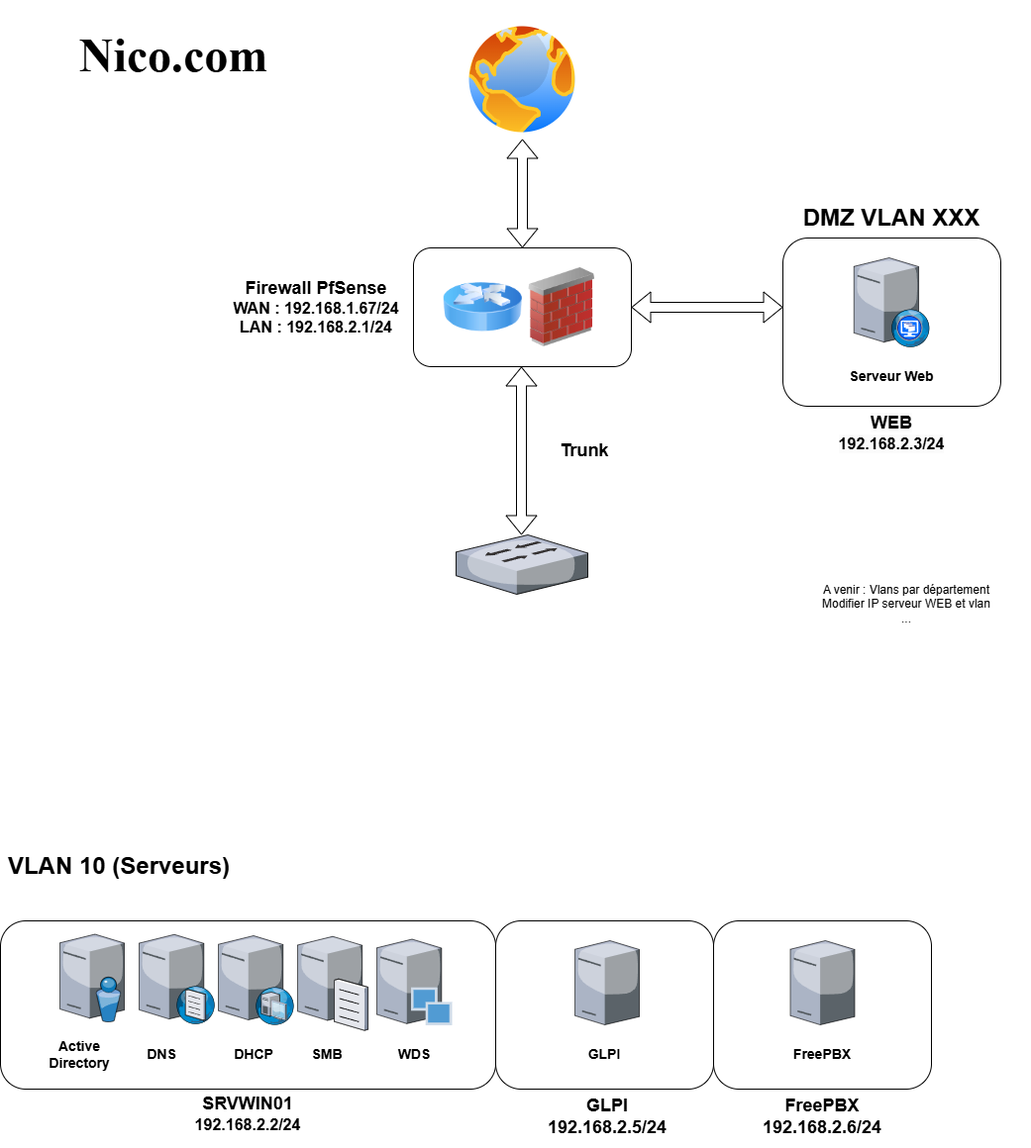
Above: Schéma Synoptique.png in Nicolas-M01/Nico.com (draw.io), before the change. Source tidied: cells renumbered, new cells last; positions are measured from the earlier drawing's top-left corner, leaving out a move shared by most shapes.
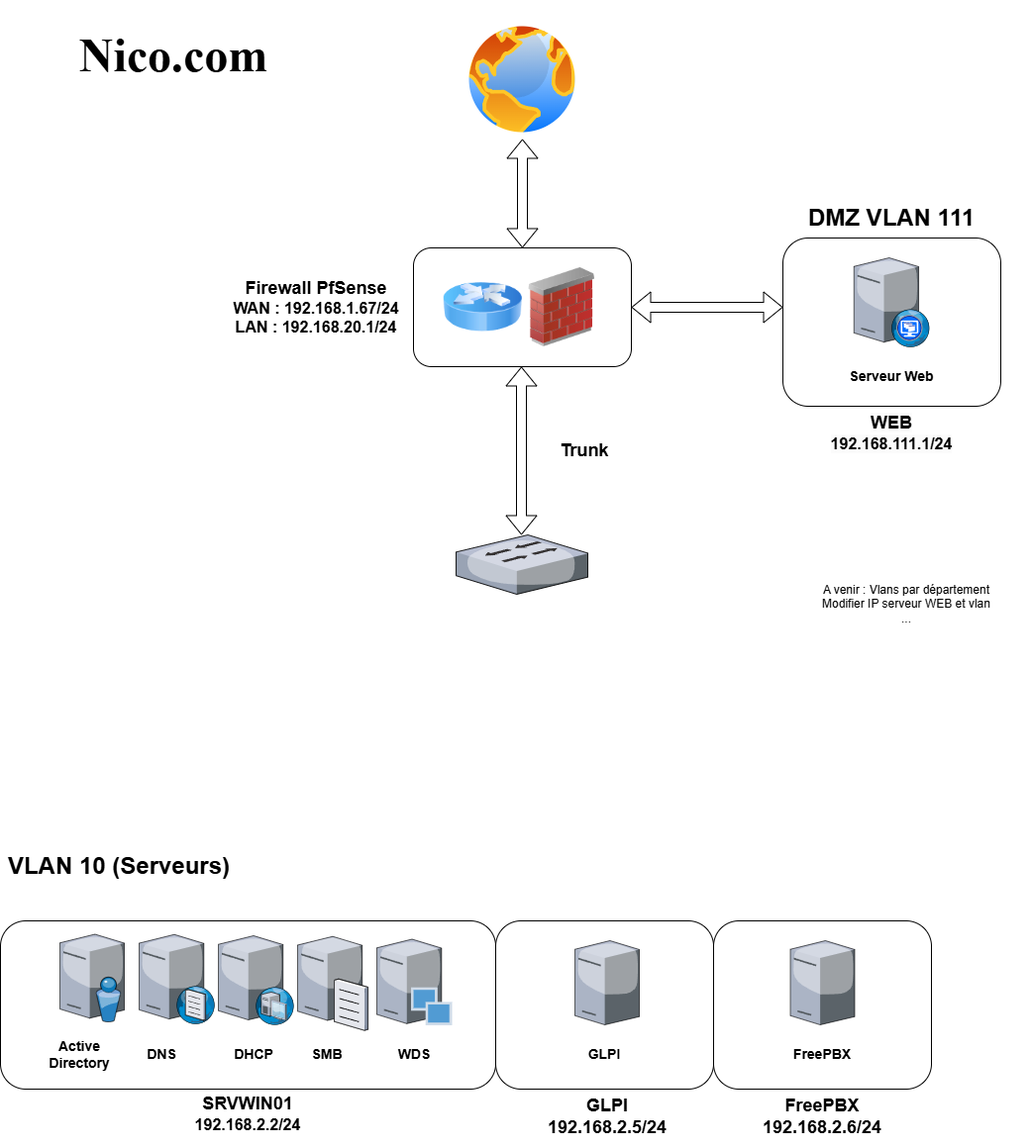
The same diagram one commit later.

Commit message:
Mettre à jour Schéma Synoptique.png

The edit, as a diff of the source:
```diff
@@ -49,7 +49,7 @@
     <mxCell id="15" value="A venir : Vlans par département&lt;div&gt;Modifier IP serveur WEB et vlan&lt;/div&gt;&lt;div&gt;...&lt;/div&gt;" style="text;html=1;align=center;verticalAlign=middle;whiteSpace=wrap;rounded=0;" parent="1" vertex="1">
       <mxGeometry x="790" y="585" width="250" height="50" as="geometry" />
     </mxCell>
-    <mxCell id="16" value="&lt;font face=&quot;Helvetica&quot; style=&quot;font-size: 18px;&quot;&gt;&lt;b style=&quot;&quot;&gt;Firewall PfSense&lt;/b&gt;&lt;/font&gt;&lt;div&gt;&lt;font face=&quot;Helvetica&quot; size=&quot;3&quot;&gt;&lt;b&gt;WAN : 192.168.1.67/24&lt;/b&gt;&lt;/font&gt;&lt;/div&gt;&lt;div&gt;&lt;font face=&quot;Helvetica&quot; size=&quot;3&quot;&gt;&lt;b style=&quot;&quot;&gt;LAN : 192.168.2.1/24&lt;/b&gt;&lt;/font&gt;&lt;/div&gt;" style="text;html=1;align=center;verticalAlign=middle;whiteSpace=wrap;rounded=0;" parent="1" vertex="1">
+    <mxCell id="16" value="&lt;font face=&quot;Helvetica&quot; style=&quot;font-size: 18px;&quot;&gt;&lt;b style=&quot;&quot;&gt;Firewall PfSense&lt;/b&gt;&lt;/font&gt;&lt;div&gt;&lt;font face=&quot;Helvetica&quot; size=&quot;3&quot;&gt;&lt;b&gt;WAN : 192.168.1.67/24&lt;/b&gt;&lt;/font&gt;&lt;/div&gt;&lt;div&gt;&lt;font face=&quot;Helvetica&quot; size=&quot;3&quot;&gt;&lt;b style=&quot;&quot;&gt;LAN : 192.168.20.1/24&lt;/b&gt;&lt;/font&gt;&lt;/div&gt;" style="text;html=1;align=center;verticalAlign=middle;whiteSpace=wrap;rounded=0;" parent="1" vertex="1">
       <mxGeometry x="224" y="255" width="190" height="110" as="geometry" />
     </mxCell>
     <mxCell id="17" style="group;" parent="1" vertex="1">
@@ -64,7 +64,7 @@
     <mxCell id="20" value="&lt;b&gt;&lt;font style=&quot;font-size: 14px;&quot;&gt;Serveur Web&lt;/font&gt;&lt;/b&gt;" style="text;html=1;align=center;verticalAlign=middle;whiteSpace=wrap;rounded=0;" parent="17" vertex="1">
       <mxGeometry x="65" y="125" width="90" height="30" as="geometry" />
     </mxCell>
-    <mxCell id="21" value="&lt;font style=&quot;forced-color-adjust: none; color: rgb(0, 0, 0); font-family: Helvetica; font-style: normal; font-variant-ligatures: normal; font-variant-caps: normal; font-weight: 400; letter-spacing: normal; orphans: 2; text-indent: 0px; text-transform: none; widows: 2; word-spacing: 0px; -webkit-text-stroke-width: 0px; white-space: normal; background-color: rgb(251, 251, 251); text-decoration-thickness: initial; text-decoration-style: initial; text-decoration-color: initial; font-size: 18px;&quot;&gt;&lt;b style=&quot;forced-color-adjust: none;&quot;&gt;WEB&lt;/b&gt;&lt;/font&gt;&lt;div style=&quot;forced-color-adjust: none; color: rgb(0, 0, 0); font-family: Helvetica; font-size: 12px; font-style: normal; font-variant-ligatures: normal; font-variant-caps: normal; font-weight: 400; letter-spacing: normal; orphans: 2; text-indent: 0px; text-transform: none; widows: 2; word-spacing: 0px; -webkit-text-stroke-width: 0px; white-space: normal; background-color: rgb(251, 251, 251); text-decoration-thickness: initial; text-decoration-style: initial; text-decoration-color: initial;&quot;&gt;&lt;div style=&quot;forced-color-adjust: none;&quot;&gt;&lt;font size=&quot;3&quot; style=&quot;forced-color-adjust: none;&quot;&gt;&lt;b style=&quot;forced-color-adjust: none;&quot;&gt;192.168.2.3/24&lt;/b&gt;&lt;/font&gt;&lt;/div&gt;&lt;/div&gt;" style="text;whiteSpace=wrap;html=1;align=center;" parent="17" vertex="1">
+    <mxCell id="21" value="&lt;font style=&quot;forced-color-adjust: none; color: rgb(0, 0, 0); font-family: Helvetica; font-style: normal; font-variant-ligatures: normal; font-variant-caps: normal; font-weight: 400; letter-spacing: normal; orphans: 2; text-indent: 0px; text-transform: none; widows: 2; word-spacing: 0px; -webkit-text-stroke-width: 0px; white-space: normal; background-color: rgb(251, 251, 251); text-decoration-thickness: initial; text-decoration-style: initial; text-decoration-color: initial; font-size: 18px;&quot;&gt;&lt;b style=&quot;forced-color-adjust: none;&quot;&gt;WEB&lt;/b&gt;&lt;/font&gt;&lt;div style=&quot;forced-color-adjust: none; color: rgb(0, 0, 0); font-family: Helvetica; font-size: 12px; font-style: normal; font-variant-ligatures: normal; font-variant-caps: normal; font-weight: 400; letter-spacing: normal; orphans: 2; text-indent: 0px; text-transform: none; widows: 2; word-spacing: 0px; -webkit-text-stroke-width: 0px; white-space: normal; background-color: rgb(251, 251, 251); text-decoration-thickness: initial; text-decoration-style: initial; text-decoration-color: initial;&quot;&gt;&lt;div style=&quot;forced-color-adjust: none;&quot;&gt;&lt;font size=&quot;3&quot; style=&quot;forced-color-adjust: none;&quot;&gt;&lt;b style=&quot;forced-color-adjust: none;&quot;&gt;192.168.111.1/24&lt;/b&gt;&lt;/font&gt;&lt;/div&gt;&lt;/div&gt;" style="text;whiteSpace=wrap;html=1;align=center;" parent="17" vertex="1">
       <mxGeometry x="40" y="170" width="140" height="60" as="geometry" />
     </mxCell>
     <mxCell id="22" style="group;" parent="1" vertex="1">
@@ -142,7 +142,7 @@
     <mxCell id="46" value="&lt;div style=&quot;&quot;&gt;&lt;span style=&quot;background-color: transparent; color: light-dark(rgb(0, 0, 0), rgb(255, 255, 255)); font-size: 18px;&quot;&gt;&lt;b&gt;FreePBX&lt;/b&gt;&lt;/span&gt;&lt;/div&gt;&lt;div style=&quot;&quot;&gt;&lt;span style=&quot;background-color: transparent; color: light-dark(rgb(0, 0, 0), rgb(255, 255, 255)); font-size: 18px;&quot;&gt;&lt;b&gt;192.168.2.6/24&lt;/b&gt;&lt;/span&gt;&lt;/div&gt;" style="text;whiteSpace=wrap;html=1;align=center;" parent="22" vertex="1">
       <mxGeometry x="760" y="240" width="140" height="60" as="geometry" />
     </mxCell>
-    <mxCell id="47" value="&lt;b&gt;&lt;font style=&quot;font-size: 24px;&quot;&gt;DMZ VLAN XXX&lt;/font&gt;&lt;/b&gt;" style="text;html=1;align=center;verticalAlign=middle;whiteSpace=wrap;rounded=0;" parent="1" vertex="1">
+    <mxCell id="47" value="&lt;b&gt;&lt;font style=&quot;font-size: 24px;&quot;&gt;DMZ VLAN 111&lt;/font&gt;&lt;/b&gt;" style="text;html=1;align=center;verticalAlign=middle;whiteSpace=wrap;rounded=0;" parent="1" vertex="1">
       <mxGeometry x="795" y="200" width="210" height="40" as="geometry" />
     </mxCell>
   </root>
```
